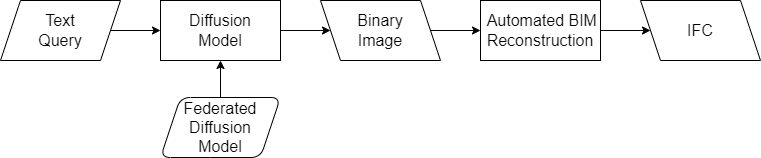
Earlier version of the draw.io export images/general_binary_model_gen.drawio.png (AI4SC/bim-diffusion-models). Source tidied: cells renumbered, new cells last; positions are measured from the earlier drawing's top-left corner, leaving out a move shared by most shapes.
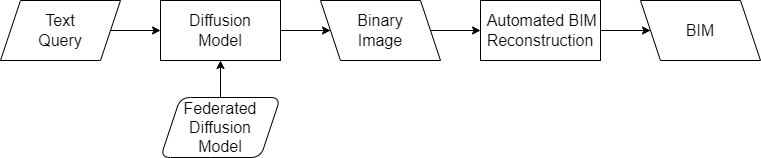
The same file after the commit.

Diff of the diagram source:
```diff
@@ -14,7 +14,7 @@
     <mxCell id="5" value="Diffusion&lt;br style=&quot;font-size: 16px;&quot;&gt;Model" style="rounded=0;whiteSpace=wrap;html=1;fontSize=16;" parent="1" vertex="1">
       <mxGeometry x="160" width="120" height="60" as="geometry" />
     </mxCell>
-    <mxCell id="6" value="IFC" style="shape=parallelogram;perimeter=parallelogramPerimeter;whiteSpace=wrap;html=1;fixedSize=1;flipH=1;fontSize=16;" parent="1" vertex="1">
+    <mxCell id="6" value="BIM" style="shape=parallelogram;perimeter=parallelogramPerimeter;whiteSpace=wrap;html=1;fixedSize=1;flipH=1;fontSize=16;" parent="1" vertex="1">
       <mxGeometry x="640" width="120" height="60" as="geometry" />
     </mxCell>
     <mxCell id="7" value="&lt;span id=&quot;page307R_mcid0&quot; class=&quot;markedContent&quot; style=&quot;font-size: 16px;&quot;&gt;&lt;span dir=&quot;ltr&quot; role=&quot;presentation&quot; style=&quot;left: calc(var(--scale-factor)*93.98px); top: calc(var(--scale-factor)*114.4px); font-size: 16px; font-family: sans-serif; transform: scaleX(0.978809);&quot;&gt;&amp;nbsp;Automated BIM&lt;/span&gt;&lt;span dir=&quot;ltr&quot; role=&quot;presentation&quot; style=&quot;left: calc(var(--scale-factor)*405.35px); top: calc(var(--scale-factor)*114.4px); font-size: 16px; font-family: sans-serif;&quot;&gt; &lt;/span&gt;&lt;span dir=&quot;ltr&quot; role=&quot;presentation&quot; style=&quot;left: calc(var(--scale-factor)*410.14px); top: calc(var(--scale-factor)*114.4px); font-size: 16px; font-family: sans-serif; transform: scaleX(1.01232);&quot;&gt;Reconstruction&lt;/span&gt;&lt;/span&gt;" style="rounded=0;whiteSpace=wrap;html=1;fontSize=16;" parent="1" vertex="1">
```
